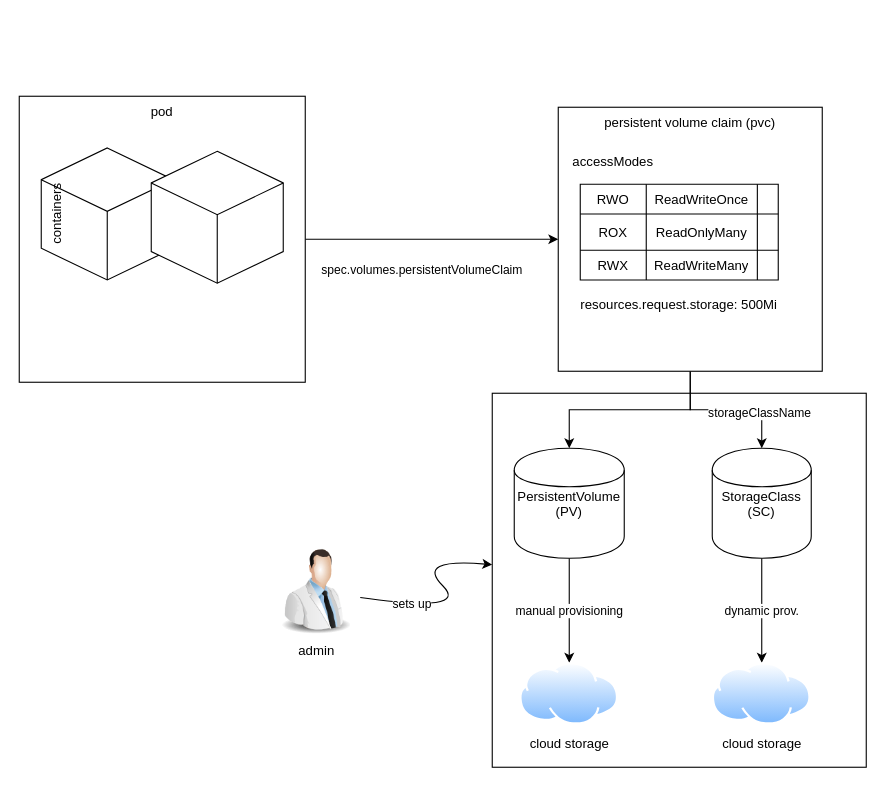
Earlier version of the draw.io diagram Untitled Diagram.drawio (jozsefDevs/jozsefDevs). Source tidied: cells renumbered, new cells numbered last; positions are measured from the earlier drawing's top-left corner, leaving out a move shared by most shapes. Both pictures are drawn from the tidied source at 110%, with x=0, y=0 at pixel (19, 96).
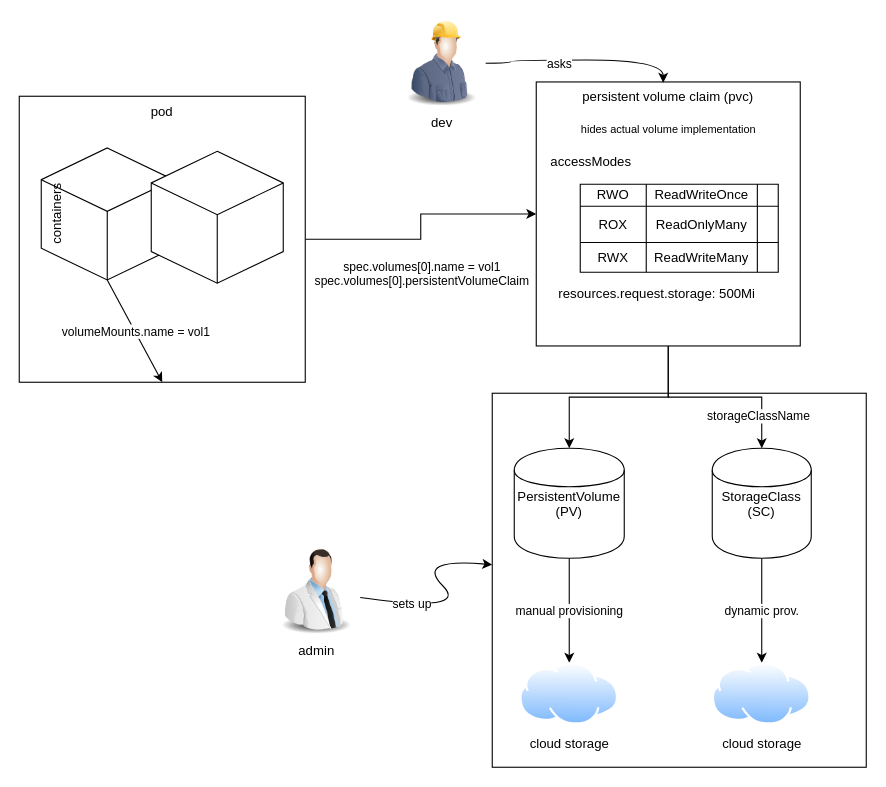
After the change.

The change refers to these unchanged cells:
```xml
<mxCell id="3" style="edgeStyle=orthogonalEdgeStyle;rounded=0;jettySize=auto;html=1;" parent="1" edge="1" source="5" target="11">
  <mxGeometry relative="1" as="geometry" />
</mxCell>
<mxCell id="5" value="pod" style="whiteSpace=wrap;html=1;verticalAlign=top;" parent="1" vertex="1">
  <mxGeometry width="260" height="260" as="geometry" />
</mxCell>
<mxCell id="6" value="containers" style="whiteSpace=wrap;html=1;shape=mxgraph.basic.isocube;isoAngle=15;verticalAlign=top;horizontal=0;" parent="1" vertex="1">
  <mxGeometry x="20" y="47" width="120" height="120" as="geometry" />
</mxCell>
<mxCell id="9" style="edgeStyle=orthogonalEdgeStyle;rounded=0;jettySize=auto;html=1;" parent="1" edge="1" source="11" target="30">
  <mxGeometry relative="1" as="geometry" />
</mxCell>
```

The edit, as a diff of the source:
```diff
@@
-    <mxCell id="4" value="&lt;br&gt;spec.volumes.persistentVolumeClaim" style="edgeLabel;html=1;align=center;verticalAlign=top;" parent="3" vertex="1">
+    <mxCell id="4" value="&lt;br&gt;spec.volumes[0].name = vol1&lt;br&gt;spec.volumes[0].persistentVolumeClaim" style="edgeLabel;html=1;align=center;verticalAlign=top;" parent="3" vertex="1">
       <mxGeometry x="-0.08" y="-1" relative="1" as="geometry">
         <mxPoint x="-1" y="1" as="offset" />
       </mxGeometry>
     </mxCell>
@@
     <mxCell id="10" value="storageClassName" style="edgeLabel;html=1;align=center;verticalAlign=middle;" parent="9" vertex="1">
-      <mxGeometry x="0.44" y="-2" relative="1" as="geometry" />
+      <mxGeometry x="0.44" y="-2" relative="1" as="geometry">
+        <mxPoint y="14.5" as="offset" />
+      </mxGeometry>
     </mxCell>
     <mxCell id="11" value="persistent volume claim (pvc)" style="whiteSpace=wrap;html=1;verticalAlign=top;" parent="1" vertex="1">
-      <mxGeometry x="490" y="10" width="240" height="240" as="geometry" />
+      <mxGeometry x="470" y="-13" width="240" height="240" as="geometry" />
     </mxCell>
     <mxCell id="12" value="accessModes" style="text;html=1;strokeColor=none;fillColor=none;align=center;verticalAlign=middle;whiteSpace=wrap;overflow=hidden;" parent="1" vertex="1">
-      <mxGeometry x="500" y="50" width="80" height="20" as="geometry" />
+      <mxGeometry x="480" y="50" width="80" height="20" as="geometry" />
     </mxCell>
     <mxCell id="13" value="resources.request.storage: 500Mi" style="text;html=1;strokeColor=none;fillColor=none;align=center;verticalAlign=middle;whiteSpace=wrap;overflow=hidden;" parent="1" vertex="1">
-      <mxGeometry x="500" y="180" width="200" height="20" as="geometry" />
+      <mxGeometry x="480" y="170" width="200" height="20" as="geometry" />
     </mxCell>
     <mxCell id="14" style="shape=table;html=1;whiteSpace=wrap;startSize=0;childLayout=tableLayout;" parent="1" vertex="1">
-      <mxGeometry x="510" y="80" width="180" height="87" as="geometry" />
+      <mxGeometry x="510" y="80" width="180" height="80" as="geometry" />
     </mxCell>
     <mxCell id="15" style="shape=partialRectangle;html=1;whiteSpace=wrap;fillColor=none;top=0;left=0;bottom=0;right=0;" parent="14" vertex="1">
-      <mxGeometry width="180" height="27" as="geometry" />
+      <mxGeometry width="180" height="20" as="geometry" />
     </mxCell>
     <mxCell id="16" value="RWO" style="shape=partialRectangle;html=1;whiteSpace=wrap;fillColor=none;top=0;left=0;bottom=0;right=0;overflow=hidden;" parent="15" vertex="1">
-      <mxGeometry width="60" height="27" as="geometry" />
+      <mxGeometry width="60" height="20" as="geometry" />
     </mxCell>
     <mxCell id="17" value="ReadWriteOnce" style="shape=partialRectangle;html=1;whiteSpace=wrap;fillColor=none;top=0;left=0;bottom=0;right=0;overflow=hidden;" parent="15" vertex="1">
-      <mxGeometry x="60" width="101" height="27" as="geometry" />
+      <mxGeometry x="60" width="101" height="20" as="geometry" />
     </mxCell>
     <mxCell id="18" style="shape=partialRectangle;html=1;whiteSpace=wrap;fillColor=none;top=0;left=0;bottom=0;right=0;overflow=hidden;" parent="15" vertex="1">
-      <mxGeometry x="161" width="19" height="27" as="geometry" />
+      <mxGeometry x="161" width="19" height="20" as="geometry" />
     </mxCell>
     <mxCell id="19" style="shape=partialRectangle;html=1;whiteSpace=wrap;fillColor=none;top=0;left=0;bottom=0;right=0;" parent="14" vertex="1">
-      <mxGeometry y="27" width="180" height="33" as="geometry" />
+      <mxGeometry y="20" width="180" height="33" as="geometry" />
     </mxCell>
@@
     <mxCell id="23" style="shape=partialRectangle;html=1;whiteSpace=wrap;fillColor=none;top=0;left=0;bottom=0;right=0;" parent="14" vertex="1">
-      <mxGeometry y="60" width="180" height="27" as="geometry" />
+      <mxGeometry y="53" width="180" height="27" as="geometry" />
     </mxCell>
@@
+    <mxCell id="36" style="endArrow=classic;html=1;exitX=0.5;exitY=1;exitDx=0;exitDy=0;exitPerimeter=0;entryX=0.5;entryY=1;entryDx=0;entryDy=0;" parent="1" edge="1" source="6" target="5">
+      <mxGeometry relative="1" as="geometry" />
+    </mxCell>
+    <mxCell id="37" value="volumeMounts.name = vol1" style="edgeLabel;html=1;align=center;verticalAlign=middle;" parent="36" vertex="1">
+      <mxGeometry relative="1" as="geometry" />
+    </mxCell>
+    <mxCell id="38" style="edgeStyle=orthogonalEdgeStyle;curved=1;rounded=0;jettySize=auto;html=1;entryX=0.481;entryY=0.003;entryDx=0;entryDy=0;entryPerimeter=0;" parent="1" edge="1" source="40" target="11">
+      <mxGeometry relative="1" as="geometry" />
+    </mxCell>
+    <mxCell id="39" value="asks" style="edgeLabel;html=1;align=center;verticalAlign=middle;" parent="38" vertex="1">
+      <mxGeometry x="-0.25" y="-3" relative="1" as="geometry" />
+    </mxCell>
+    <mxCell id="40" value="dev" style="image;html=1;image=img/lib/clip_art/people/Construction_Worker_Man_128x128.png;" parent="1" vertex="1">
+      <mxGeometry x="344" y="-70" width="80" height="80" as="geometry" />
+    </mxCell>
+    <mxCell id="41" value="hides actual volume implementation" style="text;html=1;align=center;verticalAlign=middle;fontSize=10;" parent="1" vertex="1">
+      <mxGeometry x="505" y="20" width="170" height="20" as="geometry" />
+    </mxCell>
```
